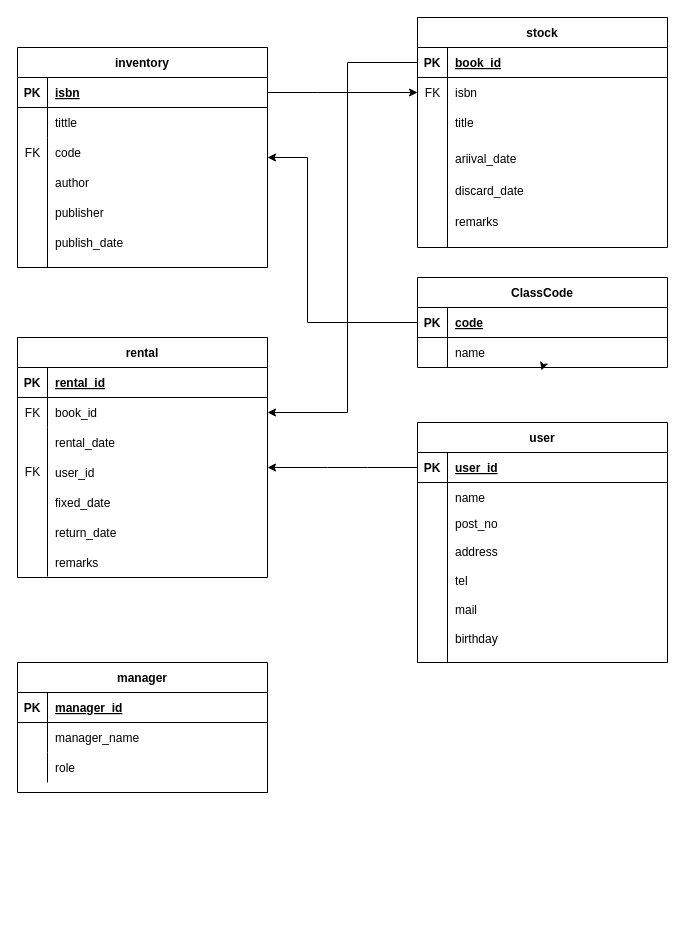
This is er図(清田).drawio from 2022java42-student004/Library, a draw.io file, before an edit. Source tidied: cells renumbered, new cells numbered last; positions are measured from the earlier drawing's top-left corner, leaving out a move shared by most shapes. Both pictures are drawn from the tidied source at 100%, with x=0, y=0 at pixel (17, 17).
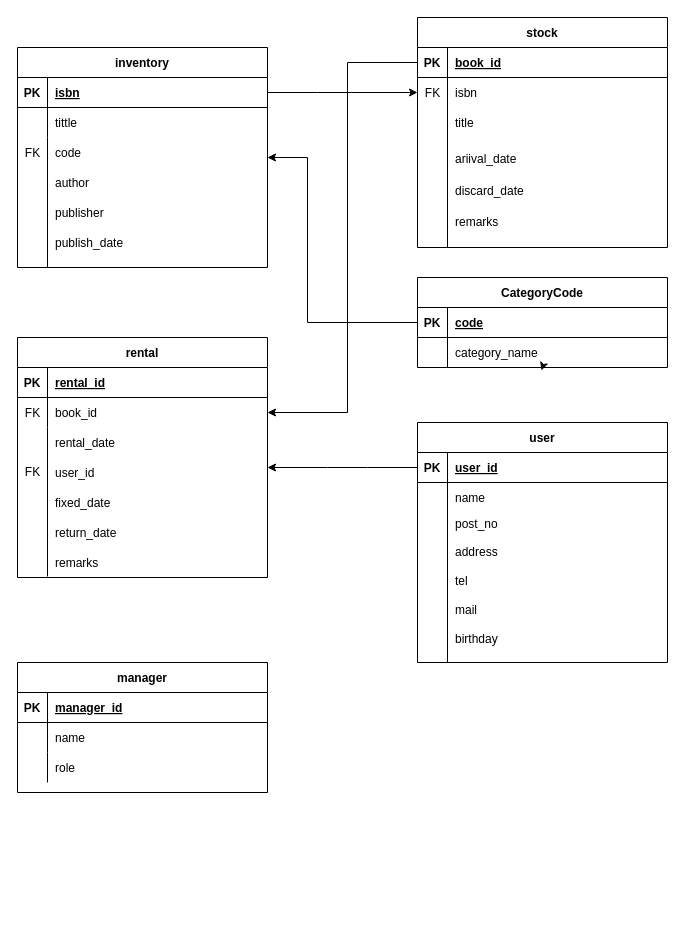
The same diagram, later.

Commit message:
er図修正版 (清田)　→テーブル設計書変更に伴って

Unchanged cells that the change refers to:
```xml
<mxCell id="67" style="shape=partialRectangle;fillColor=none;top=0;left=0;right=0;bottom=0;" parent="63" vertex="1">
  <mxGeometry y="60" width="250" height="30" as="geometry" />
</mxCell>
<mxCell id="73" style="group;" parent="1" vertex="1">
  <mxGeometry x="400" y="260" width="250" height="90" as="geometry" />
</mxCell>
<mxCell id="78" style="shape=partialRectangle;fillColor=none;points=[[0,0.5],[1,0.5]];portConstraint=eastwest;top=0;left=0;right=0;bottom=0;" parent="74" vertex="1">
  <mxGeometry y="60" width="250" height="30" as="geometry" />
</mxCell>
```

Change to the diagram source:
```diff
@@
-    <mxCell id="69" value="manager_name" style="shape=partialRectangle;overflow=hidden;fillColor=none;top=0;left=0;bottom=0;right=0;align=left;spacingLeft=6;" parent="67" vertex="1">
+    <mxCell id="69" value="name" style="shape=partialRectangle;overflow=hidden;fillColor=none;top=0;left=0;bottom=0;right=0;align=left;spacingLeft=6;" parent="67" vertex="1">
       <mxGeometry x="30" width="220" height="30" as="geometry" />
     </mxCell>
@@
-    <mxCell id="74" value="ClassCode" style="shape=table;startSize=30;childLayout=tableLayout;rowLines=0;fontStyle=1;align=center;" parent="73" vertex="1">
+    <mxCell id="74" value="CategoryCode" style="shape=table;startSize=30;childLayout=tableLayout;rowLines=0;fontStyle=1;align=center;" parent="73" vertex="1">
       <mxGeometry width="250" height="90" as="geometry" />
     </mxCell>
@@
-    <mxCell id="80" value="name" style="shape=partialRectangle;overflow=hidden;fillColor=none;top=0;left=0;bottom=0;right=0;align=left;spacingLeft=6;" parent="78" vertex="1">
+    <mxCell id="80" value="category_name" style="shape=partialRectangle;overflow=hidden;fillColor=none;top=0;left=0;bottom=0;right=0;align=left;spacingLeft=6;" parent="78" vertex="1">
       <mxGeometry x="30" width="220" height="30" as="geometry" />
     </mxCell>
```
